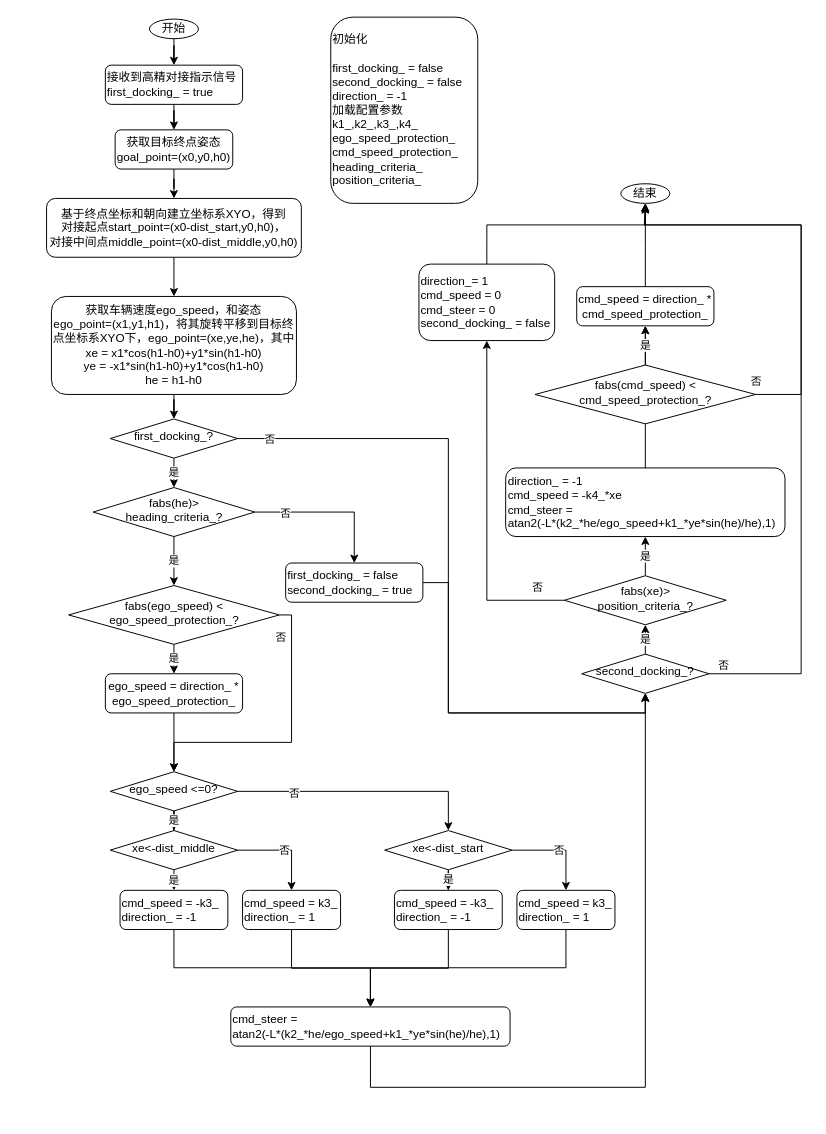
Thousandsuny/Learning keeps this draw.io diagram as precise_docking.drawio. Above is the earlier version. Source tidied: cells renumbered, new cells numbered last; positions are measured from the earlier drawing's top-left corner, leaving out a move shared by most shapes. Both pictures are drawn from the tidied source at 98%, with x=0, y=0 at pixel (46, 17).
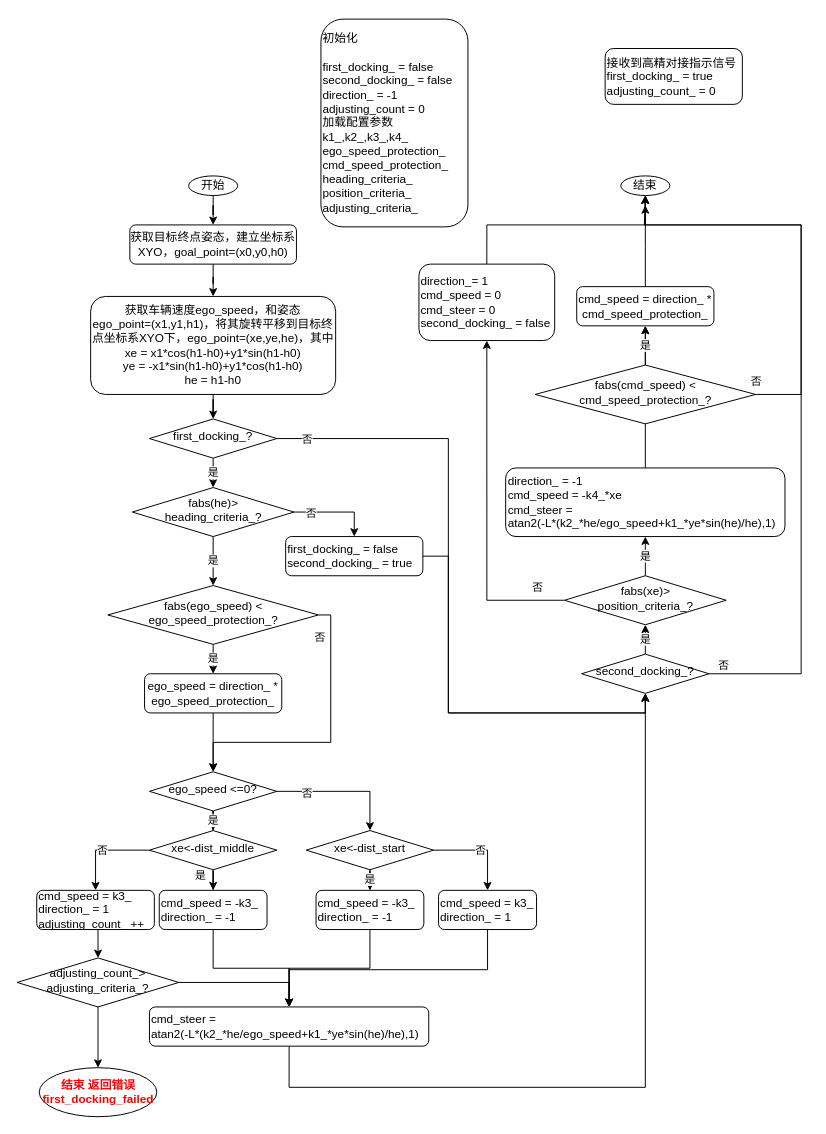
The same page after the edit.

The change refers to these unchanged cells:
```xml
<mxCell id="48" value="second_docking_?" style="rhombus;whiteSpace=wrap;html=1;shadow=0;fontFamily=Helvetica;fontSize=12;align=center;strokeWidth=1;spacing=6;spacingTop=-4;" parent="1" vertex="1">
  <mxGeometry x="546" y="650" width="130" height="40" as="geometry" />
</mxCell>
```

The edit, as a diff of the source:
```diff
@@
-    <mxCell id="2" style="edgeStyle=orthogonalEdgeStyle;rounded=0;jettySize=auto;html=1;exitX=0.5;exitY=1;exitDx=0;exitDy=0;" parent="1" edge="1" source="3" target="5">
-      <mxGeometry relative="1" as="geometry" />
-    </mxCell>
+    <mxCell id="66" style="edgeStyle=orthogonalEdgeStyle;rounded=0;jettySize=auto;html=1;entryX=0.5;entryY=0;entryDx=0;entryDy=0;" parent="1" edge="1" source="3" target="13">
+      <mxGeometry relative="1" as="geometry" />
+    </mxCell>
-    <mxCell id="3" value="获取目标终点姿态goal_point=(x0,y0,h0)" style="rounded=1;whiteSpace=wrap;html=1;fontSize=12;glass=0;strokeWidth=1;shadow=0;" parent="1" vertex="1">
-      <mxGeometry x="70" y="115" width="120" height="40" as="geometry" />
+    <mxCell id="3" value="获取目标终点姿态，建立坐标系XYO，goal_point=(x0,y0,h0)" style="rounded=1;whiteSpace=wrap;html=1;fontSize=12;glass=0;strokeWidth=1;shadow=0;" parent="1" vertex="1">
+      <mxGeometry x="85" y="212" width="170" height="40" as="geometry" />
     </mxCell>
-    <mxCell id="4" style="edgeStyle=orthogonalEdgeStyle;rounded=0;jettySize=auto;html=1;" parent="1" edge="1" source="5" target="13">
-      <mxGeometry relative="1" as="geometry" />
-    </mxCell>
-    <mxCell id="5" value="基于终点坐标和朝向建立坐标系XYO，得到&lt;br&gt;对接起点start_point=(x0-dist_start,y0,h0)，&lt;br&gt;对接中间点middle_point=(x0-dist_middle,y0,h0)" style="rounded=1;whiteSpace=wrap;html=1;fontSize=12;glass=0;strokeWidth=1;shadow=0;" parent="1" vertex="1">
-      <mxGeometry y="185" width="260" height="60" as="geometry" />
-    </mxCell>
@@
     <mxCell id="9" value="first_docking_?" style="rhombus;whiteSpace=wrap;html=1;shadow=0;fontFamily=Helvetica;fontSize=12;align=center;strokeWidth=1;spacing=6;spacingTop=-4;" parent="1" vertex="1">
-      <mxGeometry x="65" y="410" width="130" height="40" as="geometry" />
+      <mxGeometry x="105" y="410" width="130" height="40" as="geometry" />
     </mxCell>
-    <mxCell id="10" style="edgeStyle=orthogonalEdgeStyle;rounded=0;jettySize=auto;html=1;entryX=0.5;entryY=0;entryDx=0;entryDy=0;" parent="1" edge="1" source="11" target="65">
-      <mxGeometry relative="1" as="geometry" />
-    </mxCell>
     <mxCell id="11" value="开始" style="ellipse;whiteSpace=wrap;html=1;" parent="1" vertex="1">
-      <mxGeometry x="105" y="2" width="50" height="20" as="geometry" />
+      <mxGeometry x="145" y="162" width="50" height="20" as="geometry" />
     </mxCell>
@@
     <mxCell id="13" value="获取车辆速度ego_speed，和姿态&lt;br&gt;ego_point=(x1,y1,h1)，将其旋转平移到目标终点坐标系XYO下，ego_point=(xe,ye,he)，其中&lt;br&gt;xe = x1*cos(h1-h0)+y1*sin(h1-h0)&lt;br&gt;ye = -x1*sin(h1-h0)+y1*cos(h1-h0)&lt;br&gt;he = h1-h0" style="rounded=1;whiteSpace=wrap;html=1;fontSize=12;glass=0;strokeWidth=1;shadow=0;" parent="1" vertex="1">
-      <mxGeometry x="5" y="285" width="250" height="100" as="geometry" />
+      <mxGeometry x="45" y="285" width="250" height="100" as="geometry" />
     </mxCell>
@@
     <mxCell id="17" value="fabs(he)&amp;gt;&lt;br&gt;heading_criteria_?" style="rhombus;whiteSpace=wrap;html=1;shadow=0;fontFamily=Helvetica;fontSize=12;align=center;strokeWidth=1;spacing=6;spacingTop=-4;" parent="1" vertex="1">
-      <mxGeometry x="47.5" y="480" width="165" height="50" as="geometry" />
+      <mxGeometry x="87.5" y="480" width="165" height="50" as="geometry" />
     </mxCell>
@@
     <mxCell id="21" value="ego_speed &amp;lt;=0?" style="rhombus;whiteSpace=wrap;html=1;shadow=0;fontFamily=Helvetica;fontSize=12;align=center;strokeWidth=1;spacing=6;spacingTop=-4;" parent="1" vertex="1">
-      <mxGeometry x="65" y="770" width="130" height="40" as="geometry" />
+      <mxGeometry x="105" y="770" width="130" height="40" as="geometry" />
     </mxCell>
-    <mxCell id="22" value="是" style="edgeStyle=orthogonalEdgeStyle;rounded=0;jettySize=auto;html=1;exitX=0.5;exitY=1;exitDx=0;exitDy=0;entryX=0.5;entryY=0;entryDx=0;entryDy=0;" parent="1" edge="1" source="24" target="26">
-      <mxGeometry relative="1" as="geometry" />
+    <mxCell id="22" value="是" style="edgeStyle=orthogonalEdgeStyle;rounded=0;jettySize=auto;html=1;entryX=0.5;entryY=0;entryDx=0;entryDy=0;" parent="1" edge="1" source="24" target="26">
+      <mxGeometry x="-0.78" y="-12" relative="1" as="geometry">
+        <mxPoint x="-1" as="offset" />
+      </mxGeometry>
     </mxCell>
-    <mxCell id="23" value="否" style="edgeStyle=orthogonalEdgeStyle;rounded=0;jettySize=auto;html=1;exitX=1;exitY=0.5;exitDx=0;exitDy=0;entryX=0.5;entryY=0;entryDx=0;entryDy=0;" parent="1" edge="1" source="24" target="33">
+    <mxCell id="23" value="否" style="edgeStyle=orthogonalEdgeStyle;rounded=0;jettySize=auto;html=1;exitX=0;exitY=0.5;exitDx=0;exitDy=0;entryX=0.5;entryY=0;entryDx=0;entryDy=0;" parent="1" edge="1" source="24" target="33">
       <mxGeometry relative="1" as="geometry" />
     </mxCell>
     <mxCell id="24" value="xe&amp;lt;-dist_middle" style="rhombus;whiteSpace=wrap;html=1;shadow=0;fontFamily=Helvetica;fontSize=12;align=center;strokeWidth=1;spacing=6;spacingTop=-4;" parent="1" vertex="1">
-      <mxGeometry x="65" y="830" width="130" height="40" as="geometry" />
+      <mxGeometry x="105" y="830" width="130" height="40" as="geometry" />
     </mxCell>
     <mxCell id="25" style="edgeStyle=orthogonalEdgeStyle;rounded=0;jettySize=auto;html=1;entryX=0.5;entryY=0;entryDx=0;entryDy=0;" parent="1" edge="1" source="26" target="31">
-      <mxGeometry relative="1" as="geometry">
-        <Array as="points">
-          <mxPoint x="130" y="970" />
-          <mxPoint x="331" y="970" />
-        </Array>
-      </mxGeometry>
+      <mxGeometry relative="1" as="geometry" />
     </mxCell>
     <mxCell id="26" value="cmd_speed = -k3_&lt;br&gt;direction_ = -1" style="rounded=1;whiteSpace=wrap;html=1;fontSize=12;glass=0;strokeWidth=1;shadow=0;align=left;" parent="1" vertex="1">
-      <mxGeometry x="75" y="891" width="110" height="40" as="geometry" />
+      <mxGeometry x="115" y="891" width="110" height="40" as="geometry" />
     </mxCell>
@@
     <mxCell id="29" value="xe&amp;lt;-dist_start" style="rhombus;whiteSpace=wrap;html=1;shadow=0;fontFamily=Helvetica;fontSize=12;align=center;strokeWidth=1;spacing=6;spacingTop=-4;" parent="1" vertex="1">
-      <mxGeometry x="345" y="830" width="130" height="40" as="geometry" />
+      <mxGeometry x="265" y="830" width="130" height="40" as="geometry" />
     </mxCell>
     <mxCell id="30" style="edgeStyle=orthogonalEdgeStyle;rounded=0;jettySize=auto;html=1;entryX=0.5;entryY=1;entryDx=0;entryDy=0;exitX=0.5;exitY=1;exitDx=0;exitDy=0;" parent="1" edge="1" source="31" target="48">
       <mxGeometry relative="1" as="geometry">
         <Array as="points">
-          <mxPoint x="331" y="1092" />
+          <mxPoint x="248" y="1092" />
           <mxPoint x="611" y="1092" />
         </Array>
       </mxGeometry>
     </mxCell>
     <mxCell id="31" value="cmd_steer = &lt;br&gt;atan2(-L*(k2_*he/ego_speed+k1_*ye*sin(he)/he),1)" style="rounded=1;whiteSpace=wrap;html=1;fontSize=12;glass=0;strokeWidth=1;shadow=0;align=left;" parent="1" vertex="1">
-      <mxGeometry x="188" y="1010" width="285" height="40" as="geometry" />
+      <mxGeometry x="105" y="1010" width="285" height="40" as="geometry" />
     </mxCell>
-    <mxCell id="32" style="edgeStyle=orthogonalEdgeStyle;rounded=0;jettySize=auto;html=1;" parent="1" edge="1" source="33" target="31">
-      <mxGeometry relative="1" as="geometry" />
-    </mxCell>
+    <mxCell id="67" style="edgeStyle=orthogonalEdgeStyle;rounded=0;jettySize=auto;html=1;exitX=0.5;exitY=1;exitDx=0;exitDy=0;entryX=0.5;entryY=0;entryDx=0;entryDy=0;" parent="1" edge="1" source="33" target="71">
+      <mxGeometry relative="1" as="geometry" />
+    </mxCell>
-    <mxCell id="33" value="cmd_speed = k3_&lt;br&gt;direction_ = 1" style="rounded=1;whiteSpace=wrap;html=1;fontSize=12;glass=0;strokeWidth=1;shadow=0;align=left;" parent="1" vertex="1">
-      <mxGeometry x="200" y="891" width="100" height="40" as="geometry" />
+    <mxCell id="33" value="cmd_speed = k3_&lt;br&gt;direction_ = 1&lt;br&gt;adjusting_count_ ++" style="rounded=1;whiteSpace=wrap;html=1;fontSize=12;glass=0;strokeWidth=1;shadow=0;align=left;" parent="1" vertex="1">
+      <mxGeometry x="-10" y="891" width="120" height="40" as="geometry" />
     </mxCell>
@@
     <mxCell id="35" style="edgeStyle=orthogonalEdgeStyle;rounded=0;jettySize=auto;html=1;exitX=1;exitY=0.5;exitDx=0;exitDy=0;" parent="1" edge="1" source="37">
       <mxGeometry relative="1" as="geometry">
-        <mxPoint x="130" y="770" as="targetPoint" />
+        <mxPoint x="170" y="770" as="targetPoint" />
         <Array as="points">
-          <mxPoint x="250" y="610" />
-          <mxPoint x="250" y="740" />
-          <mxPoint x="130" y="740" />
+          <mxPoint x="290" y="610" />
+          <mxPoint x="290" y="740" />
+          <mxPoint x="170" y="740" />
         </Array>
       </mxGeometry>
     </mxCell>
@@
     <mxCell id="37" value="fabs(ego_speed) &amp;lt; ego_speed_protection_?" style="rhombus;whiteSpace=wrap;html=1;shadow=0;fontFamily=Helvetica;fontSize=12;align=center;strokeWidth=1;spacing=6;spacingTop=-4;" parent="1" vertex="1">
-      <mxGeometry x="22.5" y="580" width="215" height="60" as="geometry" />
+      <mxGeometry x="62.5" y="580" width="215" height="60" as="geometry" />
     </mxCell>
@@
     <mxCell id="39" value="ego_speed = direction_ * ego_speed_protection_" style="rounded=1;whiteSpace=wrap;html=1;fontSize=12;glass=0;strokeWidth=1;shadow=0;" parent="1" vertex="1">
-      <mxGeometry x="60" y="670" width="140" height="40" as="geometry" />
+      <mxGeometry x="100" y="670" width="140" height="40" as="geometry" />
     </mxCell>
@@
     <mxCell id="41" value="cmd_speed = -k3_&lt;br&gt;direction_ = -1" style="rounded=1;whiteSpace=wrap;html=1;fontSize=12;glass=0;strokeWidth=1;shadow=0;align=left;" parent="1" vertex="1">
-      <mxGeometry x="355" y="891" width="110" height="40" as="geometry" />
+      <mxGeometry x="275" y="891" width="110" height="40" as="geometry" />
     </mxCell>
     <mxCell id="42" style="edgeStyle=orthogonalEdgeStyle;rounded=0;jettySize=auto;html=1;entryX=0.5;entryY=0;entryDx=0;entryDy=0;" parent="1" edge="1" source="43" target="31">
       <mxGeometry relative="1" as="geometry">
         <Array as="points">
-          <mxPoint x="530" y="970" />
-          <mxPoint x="331" y="970" />
+          <mxPoint x="450" y="972" />
+          <mxPoint x="248" y="972" />
         </Array>
       </mxGeometry>
     </mxCell>
     <mxCell id="43" value="cmd_speed = k3_&lt;br&gt;direction_ = 1" style="rounded=1;whiteSpace=wrap;html=1;fontSize=12;glass=0;strokeWidth=1;shadow=0;align=left;" parent="1" vertex="1">
-      <mxGeometry x="480" y="891" width="100" height="40" as="geometry" />
+      <mxGeometry x="400" y="891" width="100" height="40" as="geometry" />
     </mxCell>
     <mxCell id="44" style="edgeStyle=orthogonalEdgeStyle;rounded=0;jettySize=auto;html=1;entryX=0.5;entryY=1;entryDx=0;entryDy=0;exitX=1;exitY=0.5;exitDx=0;exitDy=0;" parent="1" edge="1" source="45" target="48">
       <mxGeometry relative="1" as="geometry">
         <Array as="points">
-          <mxPoint x="410" y="577" />
+          <mxPoint x="410" y="550" />
           <mxPoint x="410" y="710" />
           <mxPoint x="611" y="710" />
         </Array>
       </mxGeometry>
     </mxCell>
     <mxCell id="45" value="first_docking_ = false&lt;br&gt;second_docking_ = true" style="rounded=1;whiteSpace=wrap;html=1;fontSize=12;glass=0;strokeWidth=1;shadow=0;align=left;" parent="1" vertex="1">
-      <mxGeometry x="244" y="557" width="140" height="40" as="geometry" />
+      <mxGeometry x="244" y="530" width="140" height="40" as="geometry" />
     </mxCell>
@@
     <mxCell id="59" style="edgeStyle=orthogonalEdgeStyle;rounded=0;orthogonalLoop=1;jettySize=auto;html=1;exitX=0.5;exitY=1;exitDx=0;exitDy=0;" parent="1" edge="1">
       <mxGeometry relative="1" as="geometry">
-        <mxPoint x="254" y="931" as="sourcePoint" />
-        <mxPoint x="254" y="931" as="targetPoint" />
+        <mxPoint x="294" y="931" as="sourcePoint" />
+        <mxPoint x="294" y="931" as="targetPoint" />
       </mxGeometry>
     </mxCell>
-    <mxCell id="60" value="初始化&lt;br&gt;&lt;br&gt;first_docking_ = false&lt;br&gt;second_docking_ = false&lt;br&gt;direction_ = -1&lt;br&gt;加载配置参数&lt;br&gt;k1_,k2_,k3_,k4_&lt;br&gt;ego_speed_protection_&lt;br&gt;cmd_speed_protection_&lt;br&gt;heading_criteria_&lt;br&gt;position_criteria_" style="rounded=1;whiteSpace=wrap;html=1;fontSize=12;glass=0;strokeWidth=1;shadow=0;align=left;" parent="1" vertex="1">
-      <mxGeometry x="290" width="150" height="190" as="geometry" />
+    <mxCell id="60" value="初始化&lt;br&gt;&lt;br&gt;first_docking_ = false&lt;br&gt;second_docking_ = false&lt;br&gt;direction_ = -1&lt;br&gt;adjusting_count = 0&lt;br&gt;加载配置参数&lt;br&gt;k1_,k2_,k3_,k4_&lt;br&gt;ego_speed_protection_&lt;br&gt;cmd_speed_protection_&lt;br&gt;heading_criteria_&lt;br&gt;position_criteria_&lt;br&gt;adjusting_criteria_&lt;br&gt;" style="rounded=1;whiteSpace=wrap;html=1;fontSize=12;glass=0;strokeWidth=1;shadow=0;align=left;" parent="1" vertex="1">
+      <mxGeometry x="280" y="2" width="150" height="212" as="geometry" />
     </mxCell>
     <mxCell id="61" value="结束" style="ellipse;whiteSpace=wrap;html=1;" parent="1" vertex="1">
-      <mxGeometry x="586" y="170" width="50" height="20" as="geometry" />
+      <mxGeometry x="586" y="162" width="50" height="20" as="geometry" />
     </mxCell>
@@
-    <mxCell id="64" style="edgeStyle=orthogonalEdgeStyle;rounded=0;jettySize=auto;html=1;" parent="1" edge="1" source="65" target="3">
+    <mxCell id="64" style="edgeStyle=orthogonalEdgeStyle;rounded=0;jettySize=auto;html=1;" parent="1" edge="1" source="11" target="3">
       <mxGeometry relative="1" as="geometry" />
     </mxCell>
-    <mxCell id="65" value="接收到高精对接指示信号&lt;br&gt;first_docking_ = true" style="rounded=1;whiteSpace=wrap;html=1;fontSize=12;glass=0;strokeWidth=1;shadow=0;align=left;" parent="1" vertex="1">
-      <mxGeometry x="60" y="49" width="140" height="40" as="geometry" />
-    </mxCell>
+    <mxCell id="68" value="接收到高精对接指示信号&lt;br&gt;first_docking_ = true&lt;br&gt;adjusting_count_ = 0" style="rounded=1;whiteSpace=wrap;html=1;fontSize=12;glass=0;strokeWidth=1;shadow=0;align=left;" parent="1" vertex="1">
+      <mxGeometry x="570" y="32" width="140" height="57" as="geometry" />
+    </mxCell>
+    <mxCell id="69" style="edgeStyle=orthogonalEdgeStyle;rounded=0;jettySize=auto;html=1;exitX=1;exitY=0.5;exitDx=0;exitDy=0;entryX=0.5;entryY=0;entryDx=0;entryDy=0;" parent="1" edge="1" source="71" target="31">
+      <mxGeometry relative="1" as="geometry" />
+    </mxCell>
+    <mxCell id="70" style="edgeStyle=orthogonalEdgeStyle;rounded=0;jettySize=auto;html=1;entryX=0.5;entryY=0;entryDx=0;entryDy=0;" parent="1" edge="1" source="71" target="72">
+      <mxGeometry relative="1" as="geometry" />
+    </mxCell>
+    <mxCell id="71" value="adjusting_count_&amp;gt;&lt;br&gt;adjusting_criteria_?" style="rhombus;whiteSpace=wrap;html=1;shadow=0;fontFamily=Helvetica;fontSize=12;align=center;strokeWidth=1;spacing=6;spacingTop=-4;" parent="1" vertex="1">
+      <mxGeometry x="-30" y="960" width="165" height="50" as="geometry" />
+    </mxCell>
+    <mxCell id="72" value="&lt;span style=&quot;text-align: left;&quot;&gt;结束 返回错误&lt;/span&gt;&lt;br style=&quot;text-align: left;&quot;&gt;&lt;span style=&quot;text-align: left;&quot;&gt;first_docking_failed&lt;/span&gt;" style="ellipse;whiteSpace=wrap;html=1;fontColor=#FF0000;fontStyle=1;" parent="1" vertex="1">
+      <mxGeometry x="-7.5" y="1072" width="120" height="50" as="geometry" />
+    </mxCell>
```
